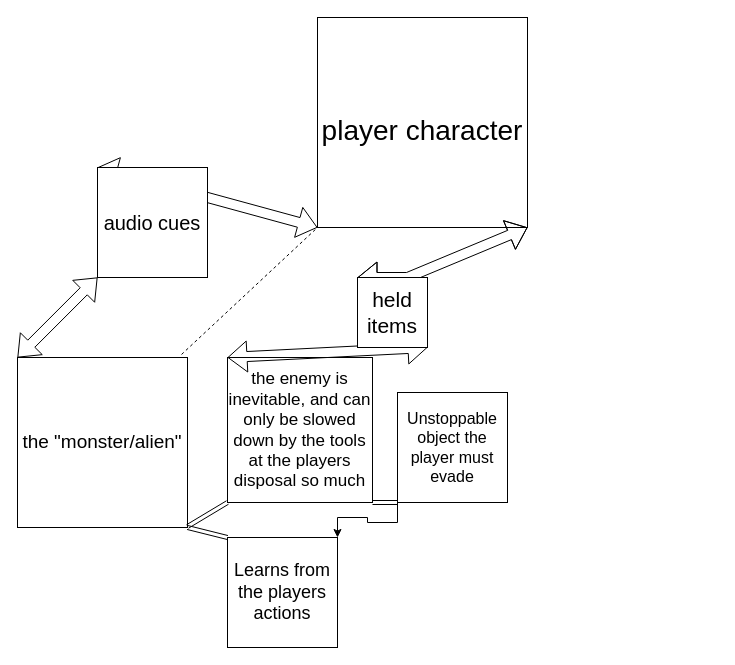
Before: Untitled Diagram.drawio in camiyufox/alien-game-stuffs, a draw.io diagram. Source tidied: cells renumbered, new cells numbered last; positions are measured from the earlier drawing's top-left corner, leaving out a move shared by most shapes. Both pictures are drawn from the tidied source at 100%, with x=0, y=0 at pixel (17, 17).
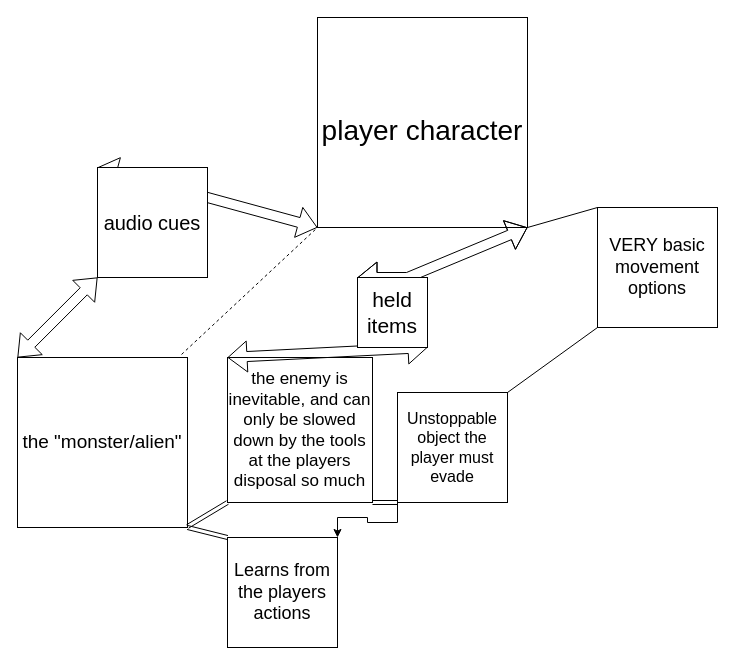
After the change.

The change refers to these unchanged cells:
```xml
<mxCell id="5" value="&lt;font style=&quot;font-size: 16px;&quot;&gt;Unstoppable object the player must evade&lt;/font&gt;" style="whiteSpace=wrap;html=1;" parent="1" vertex="1">
  <mxGeometry x="380" y="375" width="110" height="110" as="geometry" />
</mxCell>
```

Change to the diagram source:
```diff
@@
+    <mxCell id="18" value="&lt;font style=&quot;font-size: 18px;&quot;&gt;VERY basic movement options&lt;/font&gt;" style="whiteSpace=wrap;html=1;" parent="1" vertex="1">
+      <mxGeometry x="580" y="190" width="120" height="120" as="geometry" />
+    </mxCell>
+    <mxCell id="19" style="endArrow=none;html=1;rounded=0;entryX=0;entryY=0;entryDx=0;entryDy=0;" parent="1" edge="1" target="18">
+      <mxGeometry relative="1" as="geometry">
+        <mxPoint x="510" y="210" as="sourcePoint" />
+      </mxGeometry>
+    </mxCell>
+    <mxCell id="20" style="endArrow=none;html=1;rounded=0;entryX=0;entryY=0;entryDx=0;entryDy=0;exitX=1;exitY=0;exitDx=0;exitDy=0;" parent="1" edge="1" source="5">
+      <mxGeometry relative="1" as="geometry">
+        <mxPoint x="580" y="310" as="targetPoint" />
+      </mxGeometry>
+    </mxCell>
```
